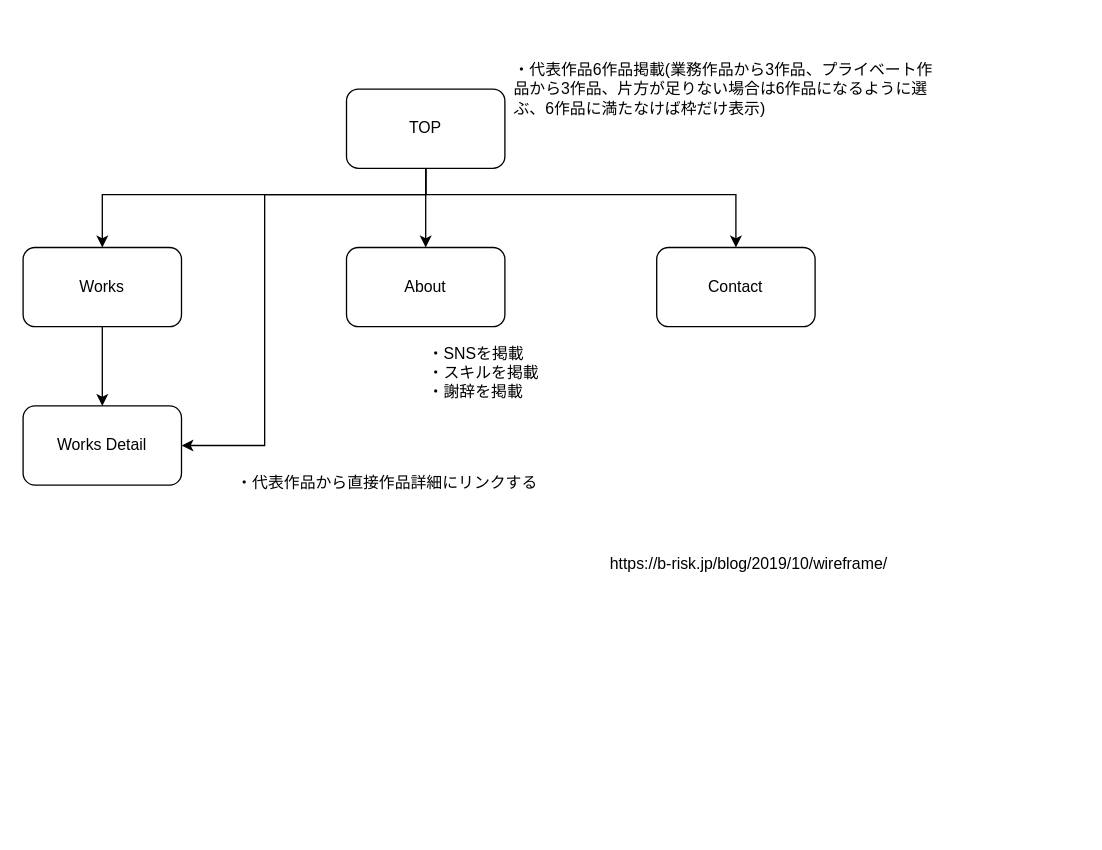
kchihogi/portfolio keeps this draw.io diagram as documents/site_map.drawio. Above is the earlier version. Source tidied: cells renumbered, new cells numbered last; positions are measured from the earlier drawing's top-left corner, leaving out a move shared by most shapes. Both pictures are drawn from the tidied source at 132%, with x=0, y=0 at pixel (22, 22).
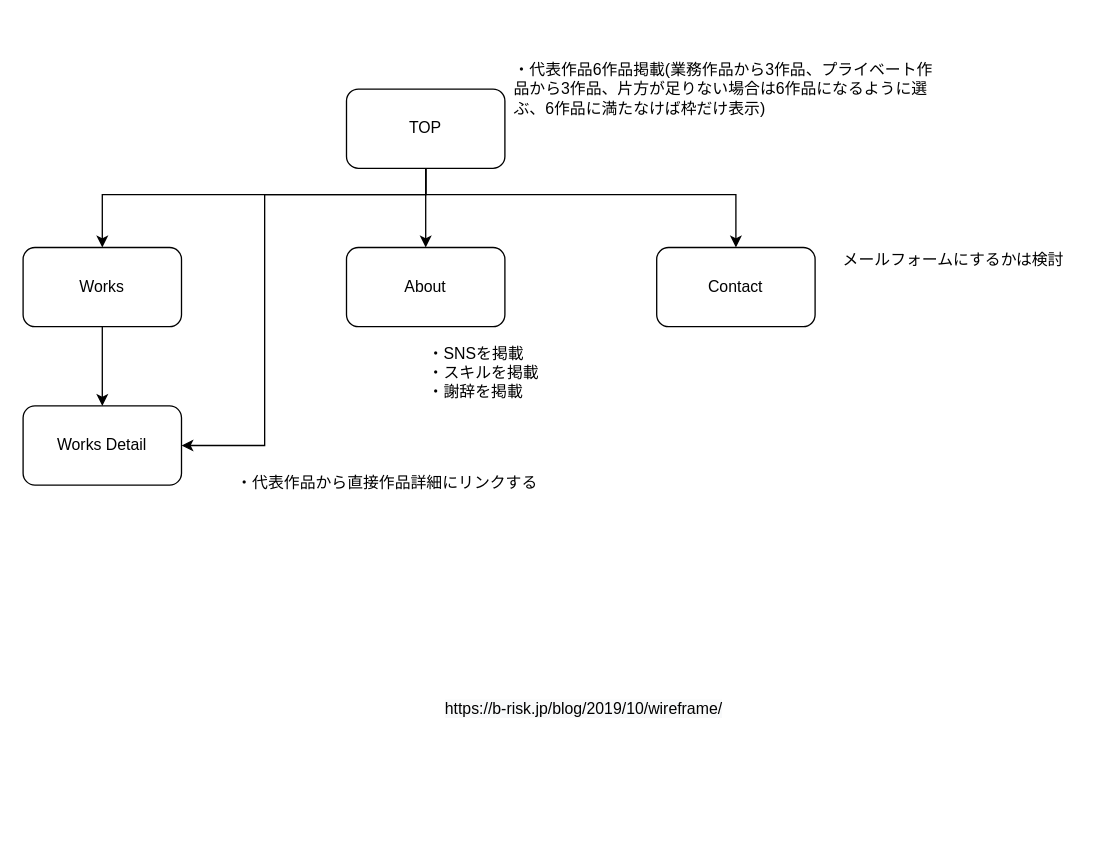
After the change.

Diff of the diagram source:
```diff
@@
+    <mxCell id="16" value="メールフォームにするかは検討" style="text;html=1;strokeColor=none;fillColor=none;align=center;verticalAlign=middle;whiteSpace=wrap;rounded=0;" parent="1" vertex="1">
+      <mxGeometry x="610" y="170" width="190" height="20" as="geometry" />
+    </mxCell>
+    <mxCell id="17" style="edgeStyle=orthogonalEdgeStyle;rounded=0;orthogonalLoop=1;jettySize=auto;html=1;exitX=0.5;exitY=1;exitDx=0;exitDy=0;" parent="1" edge="1" source="16" target="16">
+      <mxGeometry relative="1" as="geometry" />
+    </mxCell>
-    <mxCell id="15" value="https://b-risk.jp/blog/2019/10/wireframe/" style="text;html=1;strokeColor=none;fillColor=none;align=center;verticalAlign=middle;whiteSpace=wrap;rounded=0;" parent="1" vertex="1">
-      <mxGeometry x="430" y="340" width="240" height="140" as="geometry" />
+    <mxCell id="15" value="&#10;&#10;&lt;span style=&quot;color: rgb(0, 0, 0); font-family: helvetica; font-size: 12px; font-style: normal; font-weight: 400; letter-spacing: normal; text-align: center; text-indent: 0px; text-transform: none; word-spacing: 0px; background-color: rgb(248, 249, 250); display: inline; float: none;&quot;&gt;https://b-risk.jp/blog/2019/10/wireframe/&lt;/span&gt;&#10;&#10;" style="text;html=1;strokeColor=none;fillColor=none;align=center;verticalAlign=middle;whiteSpace=wrap;rounded=0;" parent="1" vertex="1">
+      <mxGeometry x="250" y="430" width="350" height="180" as="geometry" />
     </mxCell>
```
